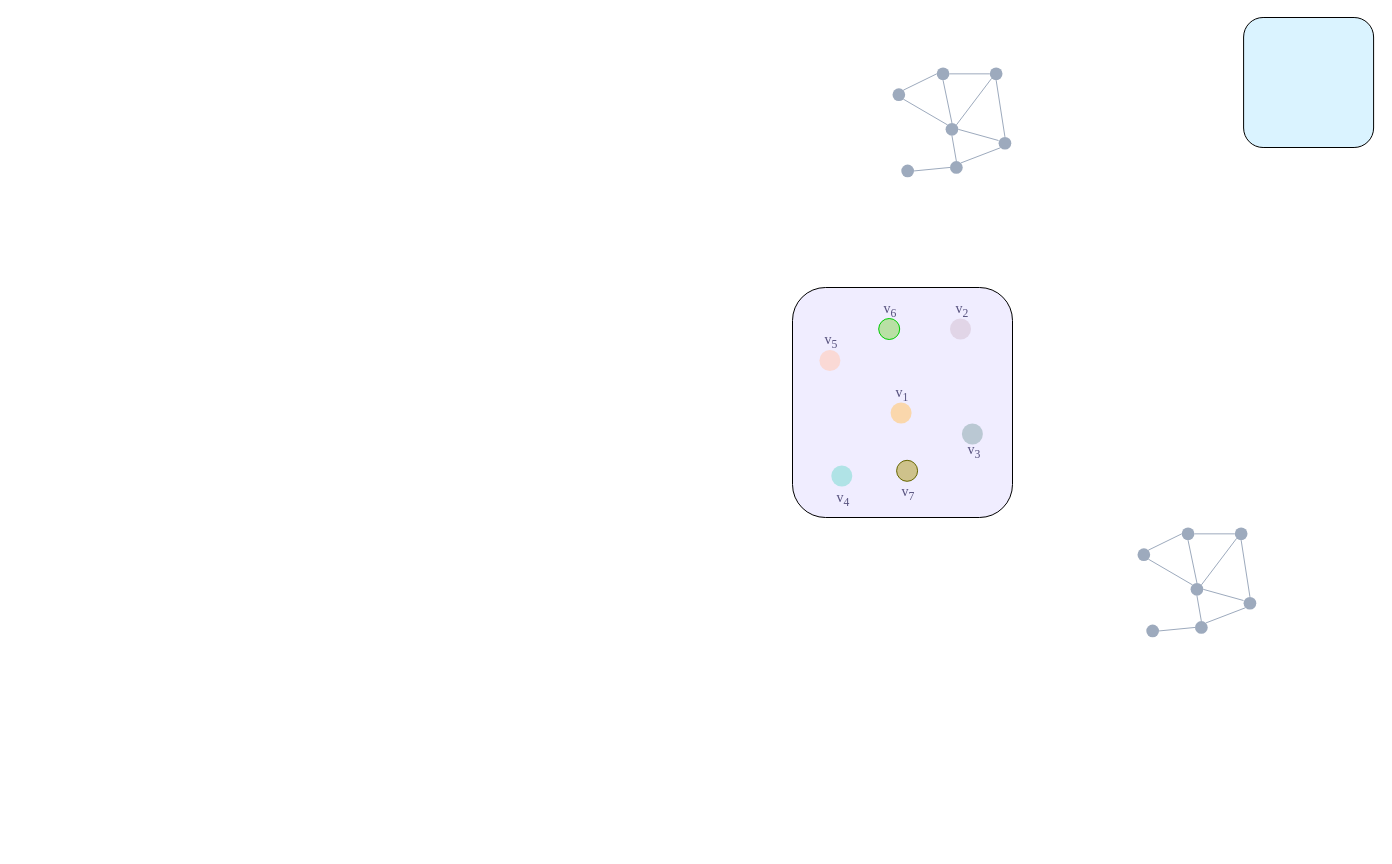
Earlier version of the draw.io diagram 图预处理模块.drawio (xuliji/EassyImage). Source tidied: cells renumbered, new cells numbered last; positions are measured from the earlier drawing's top-left corner, leaving out a move shared by most shapes. Both pictures are drawn from the tidied source at 100%, with x=0, y=0 at pixel (792, 17).
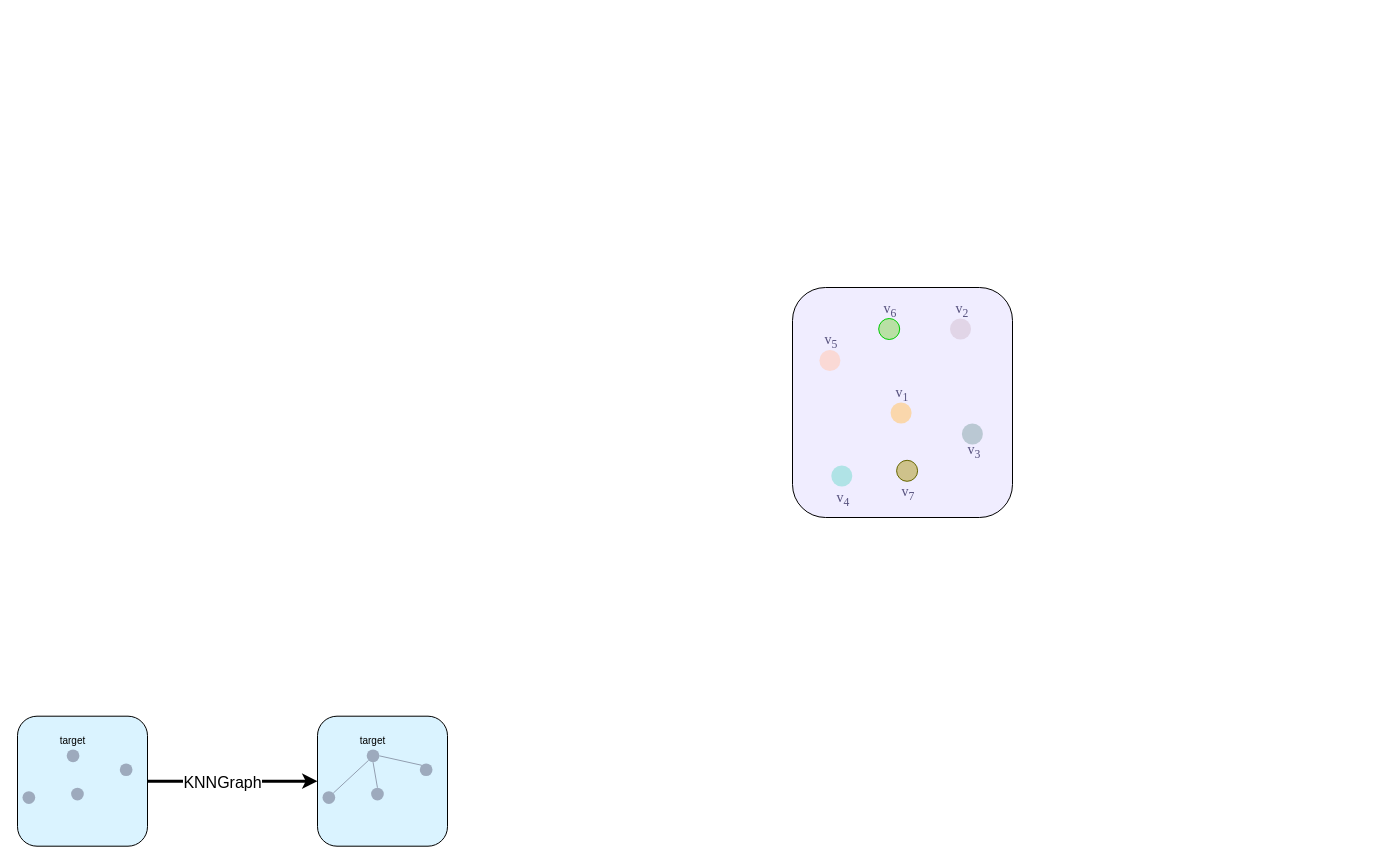
Above is the later version.

Commit message (it also covers changes not shown here):
更新图预处理模块.drawio

The edit, as a diff of the source:
```diff
@@
+    <mxCell id="56" style="group;" parent="1" vertex="1">
+      <mxGeometry x="-770" y="710.1" width="120" height="107.2" as="geometry" />
+    </mxCell>
+    <mxCell id="19" style="rounded=1;whiteSpace=wrap;html=1;shadow=0;sketch=0;strokeColor=default;strokeWidth=1;fontFamily=Times New Roman;fontSize=18;fontColor=#56517e;fillColor=#DAF3FF;" parent="56" vertex="1">
+      <mxGeometry x="-5" y="-11.4" width="130" height="130" as="geometry" />
+    </mxCell>
+    <mxCell id="57" style="ellipse;whiteSpace=wrap;html=1;fillColor=#9DAABD;strokeColor=none;rounded=0;shadow=0;sketch=0;strokeWidth=2;fontFamily=Times New Roman;fontSize=18;fontColor=#56517e;" parent="56" vertex="1">
+      <mxGeometry x="44.2" y="21.9" width="12.7" height="12.7" as="geometry" />
+    </mxCell>
+    <mxCell id="58" style="ellipse;whiteSpace=wrap;html=1;fillColor=#9DAABD;strokeColor=none;rounded=0;shadow=0;sketch=0;strokeWidth=2;fontFamily=Times New Roman;fontSize=18;fontColor=#56517e;" parent="56" vertex="1">
+      <mxGeometry x="97.3" y="35.8" width="12.7" height="12.7" as="geometry" />
+    </mxCell>
+    <mxCell id="59" style="ellipse;whiteSpace=wrap;html=1;fillColor=#9DAABD;strokeColor=none;rounded=0;shadow=0;sketch=0;strokeWidth=2;fontFamily=Times New Roman;fontSize=18;fontColor=#56517e;" parent="56" vertex="1">
+      <mxGeometry y="63.6" width="12.7" height="12.7" as="geometry" />
+    </mxCell>
+    <mxCell id="60" style="ellipse;whiteSpace=wrap;html=1;fillColor=#9DAABD;strokeColor=none;rounded=0;shadow=0;sketch=0;strokeWidth=1;fontFamily=Times New Roman;fontSize=18;" parent="56" vertex="1">
+      <mxGeometry x="48.6" y="60.1" width="12.7" height="12.7" as="geometry" />
+    </mxCell>
+    <mxCell id="61" value="&lt;font style=&quot;font-size: 10px;&quot;&gt;target&lt;/font&gt;" style="text;strokeColor=none;align=center;fillColor=none;html=1;verticalAlign=middle;whiteSpace=wrap;rounded=0;" parent="56" vertex="1">
+      <mxGeometry x="25.3" width="50.6" height="25.5" as="geometry" />
+    </mxCell>
@@
-    <mxCell id="19" style="rounded=1;whiteSpace=wrap;html=1;shadow=0;sketch=0;strokeColor=default;strokeWidth=1;fontFamily=Times New Roman;fontSize=18;fontColor=#56517e;fillColor=#DAF3FF;" parent="1" vertex="1">
-      <mxGeometry x="451.1" width="130" height="130" as="geometry" />
-    </mxCell>
-    <mxCell id="20" style="group;" parent="1" vertex="1">
-      <mxGeometry x="345" y="510" width="118.8" height="109.9" as="geometry" />
-    </mxCell>
-    <mxCell id="21" style="ellipse;whiteSpace=wrap;html=1;fillColor=#9DAABD;strokeColor=none;direction=east;rounded=0;shadow=0;sketch=0;strokeWidth=2;fontFamily=Times New Roman;fontSize=18;fontColor=#56517e;" parent="20" vertex="1">
-      <mxGeometry x="97.3" width="12.7" height="12.7" as="geometry" />
-    </mxCell>
-    <mxCell id="22" style="ellipse;whiteSpace=wrap;html=1;fillColor=#9DAABD;strokeColor=none;rounded=0;shadow=0;sketch=0;strokeWidth=2;fontFamily=Times New Roman;fontSize=18;fontColor=#56517e;" parent="20" vertex="1">
-      <mxGeometry x="53.1" y="55.5" width="12.7" height="12.7" as="geometry" />
-    </mxCell>
-    <mxCell id="23" style="ellipse;whiteSpace=wrap;html=1;fillColor=#9DAABD;strokeColor=none;rounded=0;shadow=0;sketch=0;strokeWidth=2;fontFamily=Times New Roman;fontSize=18;fontColor=#56517e;" parent="20" vertex="1">
-      <mxGeometry x="106.1" y="69.4" width="12.7" height="12.7" as="geometry" />
-    </mxCell>
-    <mxCell id="24" style="ellipse;whiteSpace=wrap;html=1;fillColor=#9DAABD;strokeColor=none;rounded=0;shadow=0;sketch=0;strokeWidth=2;fontFamily=Times New Roman;fontSize=18;fontColor=#56517e;" parent="20" vertex="1">
-      <mxGeometry y="20.8" width="12.7" height="12.7" as="geometry" />
-    </mxCell>
-    <mxCell id="25" style="ellipse;whiteSpace=wrap;html=1;fillColor=#9DAABD;strokeColor=none;rounded=0;shadow=0;sketch=0;strokeWidth=2;fontFamily=Times New Roman;fontSize=18;fontColor=#56517e;" parent="20" vertex="1">
-      <mxGeometry x="8.8" y="97.1" width="12.7" height="12.7" as="geometry" />
-    </mxCell>
-    <mxCell id="26" style="ellipse;whiteSpace=wrap;html=1;fillColor=#9DAABD;strokeColor=none;rounded=0;shadow=0;sketch=0;strokeWidth=1;fontFamily=Times New Roman;fontSize=18;fontColor=#56517e;" parent="20" vertex="1">
-      <mxGeometry x="44.2" width="12.7" height="12.7" as="geometry" />
-    </mxCell>
-    <mxCell id="27" style="ellipse;whiteSpace=wrap;html=1;fillColor=#9DAABD;strokeColor=none;rounded=0;shadow=0;sketch=0;strokeWidth=1;fontFamily=Times New Roman;fontSize=18;" parent="20" vertex="1">
-      <mxGeometry x="57.5" y="93.6" width="12.7" height="12.7" as="geometry" />
-    </mxCell>
-    <mxCell id="28" style="endArrow=none;html=1;rounded=1;exitX=0.5;exitY=1;exitDx=0;exitDy=0;entryX=0.5;entryY=0;entryDx=0;entryDy=0;strokeColor=#9DAABD;" parent="20" edge="1" source="21" target="23">
-      <mxGeometry relative="1" as="geometry" />
-    </mxCell>
-    <mxCell id="29" style="endArrow=none;html=1;rounded=1;exitX=1;exitY=0.5;exitDx=0;exitDy=0;entryX=0;entryY=0.5;entryDx=0;entryDy=0;strokeColor=#9DAABD;" parent="20" edge="1" source="26" target="21">
-      <mxGeometry relative="1" as="geometry" />
-    </mxCell>
-    <mxCell id="30" style="endArrow=none;html=1;rounded=1;entryX=0;entryY=1;entryDx=0;entryDy=0;exitX=1;exitY=0;exitDx=0;exitDy=0;strokeColor=#9DAABD;" parent="20" edge="1" source="27" target="23">
-      <mxGeometry relative="1" as="geometry" />
-    </mxCell>
-    <mxCell id="31" style="endArrow=none;html=1;rounded=1;exitX=0.5;exitY=1;exitDx=0;exitDy=0;entryX=0.5;entryY=0;entryDx=0;entryDy=0;strokeColor=#9DAABD;" parent="20" edge="1" source="22" target="27">
-      <mxGeometry relative="1" as="geometry" />
-    </mxCell>
-    <mxCell id="32" style="endArrow=none;html=1;rounded=1;exitX=1;exitY=0;exitDx=0;exitDy=0;entryX=0;entryY=0.5;entryDx=0;entryDy=0;strokeColor=#9DAABD;" parent="20" edge="1" source="24" target="26">
-      <mxGeometry relative="1" as="geometry" />
-    </mxCell>
-    <mxCell id="33" style="endArrow=none;html=1;rounded=1;exitX=1;exitY=0.5;exitDx=0;exitDy=0;entryX=0;entryY=0.5;entryDx=0;entryDy=0;strokeColor=#9DAABD;" parent="20" edge="1" source="25" target="27">
-      <mxGeometry relative="1" as="geometry" />
-    </mxCell>
-    <mxCell id="34" style="endArrow=none;html=1;rounded=1;exitX=1;exitY=1;exitDx=0;exitDy=0;entryX=0;entryY=0;entryDx=0;entryDy=0;strokeColor=#9DAABD;" parent="20" edge="1" source="24" target="22">
-      <mxGeometry relative="1" as="geometry" />
-    </mxCell>
-    <mxCell id="35" style="endArrow=none;html=1;rounded=1;exitX=1;exitY=0.5;exitDx=0;exitDy=0;strokeColor=#9DAABD;" parent="20" edge="1" source="22">
-      <mxGeometry relative="1" as="geometry">
-        <mxPoint x="106" y="73" as="targetPoint" />
-      </mxGeometry>
-    </mxCell>
-    <mxCell id="36" style="endArrow=none;html=1;rounded=1;exitX=0.5;exitY=1;exitDx=0;exitDy=0;entryX=0.5;entryY=0;entryDx=0;entryDy=0;strokeColor=#9DAABD;" parent="20" edge="1" source="26" target="22">
-      <mxGeometry relative="1" as="geometry" />
-    </mxCell>
-    <mxCell id="37" style="endArrow=none;html=1;rounded=1;exitX=1;exitY=0;exitDx=0;exitDy=0;entryX=0;entryY=1;entryDx=0;entryDy=0;strokeColor=#9DAABD;" parent="20" edge="1" source="22" target="21">
-      <mxGeometry relative="1" as="geometry" />
-    </mxCell>
-    <mxCell id="38" style="group;" parent="1" vertex="1">
-      <mxGeometry x="100" y="50" width="118.8" height="109.9" as="geometry" />
-    </mxCell>
-    <mxCell id="39" style="ellipse;whiteSpace=wrap;html=1;fillColor=#9DAABD;strokeColor=none;direction=east;rounded=0;shadow=0;sketch=0;strokeWidth=2;fontFamily=Times New Roman;fontSize=18;fontColor=#56517e;" parent="38" vertex="1">
-      <mxGeometry x="97.3" width="12.7" height="12.7" as="geometry" />
-    </mxCell>
+    <mxCell id="62" style="group;" parent="1" vertex="1">
+      <mxGeometry x="-470" y="710.1" width="120" height="107.2" as="geometry" />
+    </mxCell>
+    <mxCell id="63" style="rounded=1;whiteSpace=wrap;html=1;shadow=0;sketch=0;strokeColor=default;strokeWidth=1;fontFamily=Times New Roman;fontSize=18;fontColor=#56517e;fillColor=#DAF3FF;" parent="62" vertex="1">
+      <mxGeometry x="-5" y="-11.4" width="130" height="130" as="geometry" />
+    </mxCell>
-    <mxCell id="40" style="ellipse;whiteSpace=wrap;html=1;fillColor=#9DAABD;strokeColor=none;rounded=0;shadow=0;sketch=0;strokeWidth=2;fontFamily=Times New Roman;fontSize=18;fontColor=#56517e;" parent="38" vertex="1">
-      <mxGeometry x="53.1" y="55.5" width="12.7" height="12.7" as="geometry" />
+    <mxCell id="40" style="ellipse;whiteSpace=wrap;html=1;fillColor=#9DAABD;strokeColor=none;rounded=0;shadow=0;sketch=0;strokeWidth=2;fontFamily=Times New Roman;fontSize=18;fontColor=#56517e;" parent="62" vertex="1">
+      <mxGeometry x="44.2" y="21.9" width="12.7" height="12.7" as="geometry" />
     </mxCell>
-    <mxCell id="41" style="ellipse;whiteSpace=wrap;html=1;fillColor=#9DAABD;strokeColor=none;rounded=0;shadow=0;sketch=0;strokeWidth=2;fontFamily=Times New Roman;fontSize=18;fontColor=#56517e;" parent="38" vertex="1">
-      <mxGeometry x="106.1" y="69.4" width="12.7" height="12.7" as="geometry" />
+    <mxCell id="41" style="ellipse;whiteSpace=wrap;html=1;fillColor=#9DAABD;strokeColor=none;rounded=0;shadow=0;sketch=0;strokeWidth=2;fontFamily=Times New Roman;fontSize=18;fontColor=#56517e;" parent="62" vertex="1">
+      <mxGeometry x="97.3" y="35.8" width="12.7" height="12.7" as="geometry" />
     </mxCell>
-    <mxCell id="42" style="ellipse;whiteSpace=wrap;html=1;fillColor=#9DAABD;strokeColor=none;rounded=0;shadow=0;sketch=0;strokeWidth=2;fontFamily=Times New Roman;fontSize=18;fontColor=#56517e;" parent="38" vertex="1">
-      <mxGeometry y="20.8" width="12.7" height="12.7" as="geometry" />
-    </mxCell>
-    <mxCell id="43" style="ellipse;whiteSpace=wrap;html=1;fillColor=#9DAABD;strokeColor=none;rounded=0;shadow=0;sketch=0;strokeWidth=2;fontFamily=Times New Roman;fontSize=18;fontColor=#56517e;" parent="38" vertex="1">
-      <mxGeometry x="8.8" y="97.1" width="12.7" height="12.7" as="geometry" />
+    <mxCell id="43" style="ellipse;whiteSpace=wrap;html=1;fillColor=#9DAABD;strokeColor=none;rounded=0;shadow=0;sketch=0;strokeWidth=2;fontFamily=Times New Roman;fontSize=18;fontColor=#56517e;" parent="62" vertex="1">
+      <mxGeometry y="63.6" width="12.7" height="12.7" as="geometry" />
     </mxCell>
-    <mxCell id="44" style="ellipse;whiteSpace=wrap;html=1;fillColor=#9DAABD;strokeColor=none;rounded=0;shadow=0;sketch=0;strokeWidth=1;fontFamily=Times New Roman;fontSize=18;fontColor=#56517e;" parent="38" vertex="1">
-      <mxGeometry x="44.2" width="12.7" height="12.7" as="geometry" />
-    </mxCell>
-    <mxCell id="45" style="ellipse;whiteSpace=wrap;html=1;fillColor=#9DAABD;strokeColor=none;rounded=0;shadow=0;sketch=0;strokeWidth=1;fontFamily=Times New Roman;fontSize=18;" parent="38" vertex="1">
-      <mxGeometry x="57.5" y="93.6" width="12.7" height="12.7" as="geometry" />
+    <mxCell id="45" style="ellipse;whiteSpace=wrap;html=1;fillColor=#9DAABD;strokeColor=none;rounded=0;shadow=0;sketch=0;strokeWidth=1;fontFamily=Times New Roman;fontSize=18;" parent="62" vertex="1">
+      <mxGeometry x="48.6" y="60.1" width="12.7" height="12.7" as="geometry" />
     </mxCell>
-    <mxCell id="46" style="endArrow=none;html=1;rounded=1;exitX=0.5;exitY=1;exitDx=0;exitDy=0;entryX=0.5;entryY=0;entryDx=0;entryDy=0;strokeColor=#9DAABD;" parent="38" edge="1" source="39" target="41">
-      <mxGeometry relative="1" as="geometry" />
-    </mxCell>
-    <mxCell id="47" style="endArrow=none;html=1;rounded=1;exitX=1;exitY=0.5;exitDx=0;exitDy=0;entryX=0;entryY=0.5;entryDx=0;entryDy=0;strokeColor=#9DAABD;" parent="38" edge="1" source="44" target="39">
-      <mxGeometry relative="1" as="geometry" />
-    </mxCell>
-    <mxCell id="48" style="endArrow=none;html=1;rounded=1;entryX=0;entryY=1;entryDx=0;entryDy=0;exitX=1;exitY=0;exitDx=0;exitDy=0;strokeColor=#9DAABD;" parent="38" edge="1" source="45" target="41">
-      <mxGeometry relative="1" as="geometry" />
-    </mxCell>
+    <mxCell id="64" value="&lt;font style=&quot;font-size: 10px;&quot;&gt;target&lt;/font&gt;" style="text;strokeColor=none;align=center;fillColor=none;html=1;verticalAlign=middle;whiteSpace=wrap;rounded=0;" parent="62" vertex="1">
+      <mxGeometry x="25.3" width="50.6" height="25.5" as="geometry" />
+    </mxCell>
+    <mxCell id="65" style="endArrow=none;html=1;rounded=1;exitX=1;exitY=0;exitDx=0;exitDy=0;entryX=0;entryY=1;entryDx=0;entryDy=0;strokeColor=#929EB0;" parent="62" edge="1" source="43" target="40">
+      <mxGeometry relative="1" as="geometry" />
+    </mxCell>
-    <mxCell id="49" style="endArrow=none;html=1;rounded=1;exitX=0.5;exitY=1;exitDx=0;exitDy=0;entryX=0.5;entryY=0;entryDx=0;entryDy=0;strokeColor=#9DAABD;" parent="38" edge="1" source="40" target="45">
+    <mxCell id="49" style="endArrow=none;html=1;rounded=0;entryX=0.5;entryY=0;entryDx=0;entryDy=0;exitX=0.5;exitY=1;exitDx=0;exitDy=0;strokeColor=#929EB0;" parent="62" edge="1" source="40" target="45">
       <mxGeometry relative="1" as="geometry" />
     </mxCell>
-    <mxCell id="50" style="endArrow=none;html=1;rounded=1;exitX=1;exitY=0;exitDx=0;exitDy=0;entryX=0;entryY=0.5;entryDx=0;entryDy=0;strokeColor=#9DAABD;" parent="38" edge="1" source="42" target="44">
-      <mxGeometry relative="1" as="geometry" />
-    </mxCell>
-    <mxCell id="51" style="endArrow=none;html=1;rounded=1;exitX=1;exitY=0.5;exitDx=0;exitDy=0;entryX=0;entryY=0.5;entryDx=0;entryDy=0;strokeColor=#9DAABD;" parent="38" edge="1" source="43" target="45">
-      <mxGeometry relative="1" as="geometry" />
-    </mxCell>
-    <mxCell id="52" style="endArrow=none;html=1;rounded=1;exitX=1;exitY=1;exitDx=0;exitDy=0;entryX=0;entryY=0;entryDx=0;entryDy=0;strokeColor=#9DAABD;" parent="38" edge="1" source="42" target="40">
-      <mxGeometry relative="1" as="geometry" />
-    </mxCell>
-    <mxCell id="53" style="endArrow=none;html=1;rounded=1;exitX=1;exitY=0.5;exitDx=0;exitDy=0;strokeColor=#9DAABD;" parent="38" edge="1" source="40">
-      <mxGeometry relative="1" as="geometry">
-        <mxPoint x="106" y="73" as="targetPoint" />
-      </mxGeometry>
-    </mxCell>
-    <mxCell id="54" style="endArrow=none;html=1;rounded=1;exitX=0.5;exitY=1;exitDx=0;exitDy=0;entryX=0.5;entryY=0;entryDx=0;entryDy=0;strokeColor=#9DAABD;" parent="38" edge="1" source="44" target="40">
-      <mxGeometry relative="1" as="geometry" />
-    </mxCell>
-    <mxCell id="55" style="endArrow=none;html=1;rounded=1;exitX=1;exitY=0;exitDx=0;exitDy=0;entryX=0;entryY=1;entryDx=0;entryDy=0;strokeColor=#9DAABD;" parent="38" edge="1" source="40" target="39">
-      <mxGeometry relative="1" as="geometry" />
-    </mxCell>
+    <mxCell id="66" style="endArrow=none;html=1;rounded=0;exitX=0;exitY=0;exitDx=0;exitDy=0;entryX=1;entryY=0.5;entryDx=0;entryDy=0;strokeColor=#929EB0;" parent="62" edge="1" source="41" target="40">
+      <mxGeometry relative="1" as="geometry" />
+    </mxCell>
+    <mxCell id="67" style="endArrow=classic;html=1;rounded=0;exitX=1;exitY=0.5;exitDx=0;exitDy=0;entryX=0;entryY=0.5;entryDx=0;entryDy=0;strokeWidth=3;" parent="1" edge="1" source="19" target="63">
+      <mxGeometry relative="1" as="geometry" />
+    </mxCell>
+    <mxCell id="68" value="&lt;font style=&quot;font-size: 16px;&quot;&gt;KNNGraph&lt;/font&gt;" style="edgeLabel;html=1;align=center;verticalAlign=middle;" parent="67" vertex="1">
+      <mxGeometry x="-0.13" y="-1" relative="1" as="geometry" />
+    </mxCell>
```
